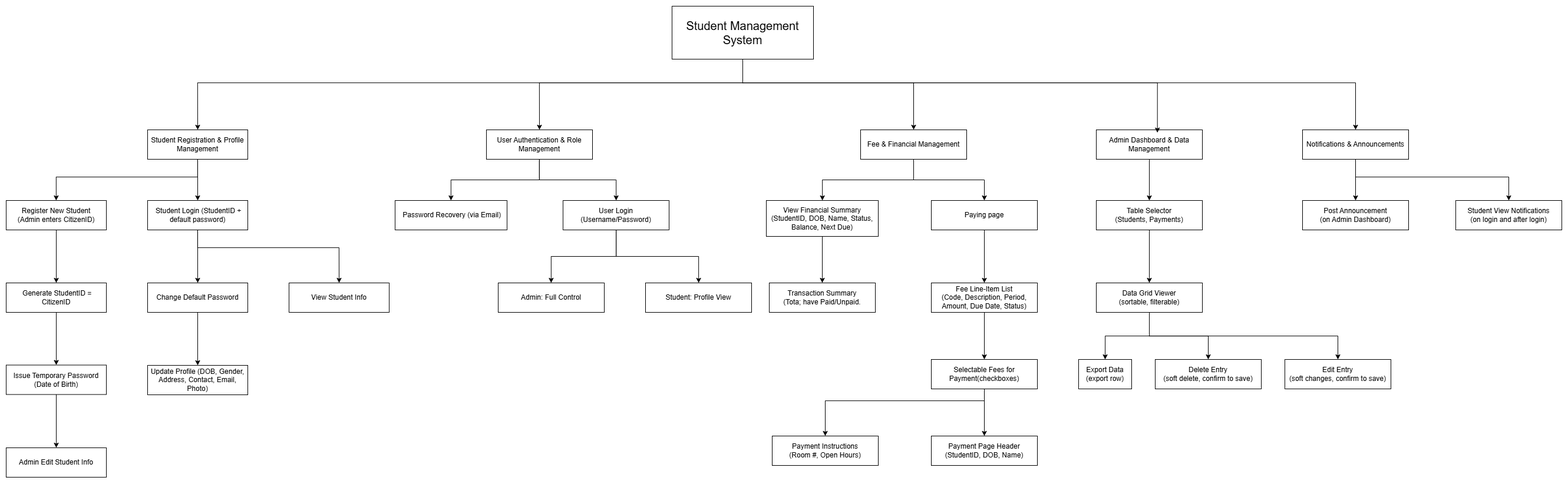
zombieTDV/Student-Management-System keeps this draw.io diagram as documents/FDD.drawio.png. Above is the earlier version. Source tidied: cells renumbered, new cells last; positions are measured from the earlier drawing's top-left corner, leaving out a move shared by most shapes. Source of this version:
```xml
<mxGraphModel>
  <root>
    <mxCell id="0" />
    <mxCell id="1" parent="0" />
    <mxCell id="2" style="edgeStyle=orthogonalEdgeStyle;rounded=0;jettySize=auto;html=1;entryX=0.5;entryY=0;entryDx=0;entryDy=0;" parent="1" edge="1" source="6" target="9">
      <mxGeometry relative="1" as="geometry">
        <Array as="points">
          <mxPoint x="1250" y="130" />
          <mxPoint x="325" y="130" />
        </Array>
      </mxGeometry>
    </mxCell>
    <mxCell id="3" style="edgeStyle=orthogonalEdgeStyle;rounded=0;jettySize=auto;html=1;entryX=0.5;entryY=0;entryDx=0;entryDy=0;" parent="1" edge="1" source="6" target="15">
      <mxGeometry relative="1" as="geometry">
        <Array as="points">
          <mxPoint x="1250" y="130" />
          <mxPoint x="905" y="130" />
        </Array>
      </mxGeometry>
    </mxCell>
    <mxCell id="4" style="edgeStyle=orthogonalEdgeStyle;rounded=0;jettySize=auto;html=1;entryX=0.5;entryY=0;entryDx=0;entryDy=0;" parent="1" edge="1" source="6" target="12">
      <mxGeometry relative="1" as="geometry">
        <Array as="points">
          <mxPoint x="1250" y="130" />
          <mxPoint x="1540" y="130" />
        </Array>
      </mxGeometry>
    </mxCell>
    <mxCell id="5" style="edgeStyle=orthogonalEdgeStyle;rounded=0;jettySize=auto;html=1;" parent="1" edge="1" source="6" target="20">
      <mxGeometry relative="1" as="geometry">
        <Array as="points">
          <mxPoint x="1250" y="130" />
          <mxPoint x="2290" y="130" />
        </Array>
      </mxGeometry>
    </mxCell>
    <mxCell id="6" value="Student Management System" style="rounded=0;whiteSpace=wrap;html=1;fontSize=20;" parent="1" vertex="1">
      <mxGeometry x="1130" width="240" height="90" as="geometry" />
    </mxCell>
    <mxCell id="7" style="edgeStyle=orthogonalEdgeStyle;rounded=0;jettySize=auto;html=1;" parent="1" edge="1" source="9" target="29">
      <mxGeometry relative="1" as="geometry" />
    </mxCell>
    <mxCell id="8" style="edgeStyle=orthogonalEdgeStyle;rounded=0;jettySize=auto;html=1;" parent="1" edge="1" source="9" target="22">
      <mxGeometry relative="1" as="geometry">
        <Array as="points">
          <mxPoint x="325" y="290" />
          <mxPoint x="85" y="290" />
        </Array>
      </mxGeometry>
    </mxCell>
    <mxCell id="9" value="Student Registration &amp;amp; Profile Management" style="rounded=0;whiteSpace=wrap;html=1;" parent="1" vertex="1">
      <mxGeometry x="240" y="210" width="170" height="50" as="geometry" />
    </mxCell>
    <mxCell id="10" style="edgeStyle=orthogonalEdgeStyle;rounded=0;jettySize=auto;html=1;" parent="1" edge="1" source="12" target="36">
      <mxGeometry relative="1" as="geometry" />
    </mxCell>
    <mxCell id="11" style="edgeStyle=orthogonalEdgeStyle;rounded=0;jettySize=auto;html=1;" parent="1" edge="1" source="12" target="50">
      <mxGeometry relative="1" as="geometry" />
    </mxCell>
    <mxCell id="12" value="Fee &amp;amp; Financial Management" style="rounded=0;whiteSpace=wrap;html=1;" parent="1" vertex="1">
      <mxGeometry x="1450" y="210" width="180" height="50" as="geometry" />
    </mxCell>
    <mxCell id="13" style="edgeStyle=orthogonalEdgeStyle;rounded=0;jettySize=auto;html=1;" parent="1" edge="1" source="15" target="42">
      <mxGeometry relative="1" as="geometry" />
    </mxCell>
    <mxCell id="14" style="edgeStyle=orthogonalEdgeStyle;rounded=0;jettySize=auto;html=1;" parent="1" edge="1" source="15" target="41">
      <mxGeometry relative="1" as="geometry" />
    </mxCell>
    <mxCell id="15" value=" User Authentication &amp;amp; Role Management" style="rounded=0;whiteSpace=wrap;html=1;" parent="1" vertex="1">
      <mxGeometry x="815" y="210" width="180" height="50" as="geometry" />
    </mxCell>
    <mxCell id="16" style="edgeStyle=orthogonalEdgeStyle;rounded=0;jettySize=auto;html=1;" parent="1" edge="1" source="17" target="60">
      <mxGeometry relative="1" as="geometry" />
    </mxCell>
    <mxCell id="17" value=" Admin Dashboard &amp;amp; Data Management" style="rounded=0;whiteSpace=wrap;html=1;" parent="1" vertex="1">
      <mxGeometry x="1850" y="210" width="180" height="50" as="geometry" />
    </mxCell>
    <mxCell id="18" style="edgeStyle=orthogonalEdgeStyle;rounded=0;jettySize=auto;html=1;" parent="1" edge="1" source="20" target="63">
      <mxGeometry relative="1" as="geometry" />
    </mxCell>
    <mxCell id="19" style="edgeStyle=orthogonalEdgeStyle;rounded=0;jettySize=auto;html=1;" parent="1" edge="1" source="20" target="53">
      <mxGeometry relative="1" as="geometry">
        <Array as="points">
          <mxPoint x="2290" y="290" />
          <mxPoint x="2550" y="290" />
        </Array>
      </mxGeometry>
    </mxCell>
    <mxCell id="20" value="  Notifications &amp;amp; Announcements" style="rounded=0;whiteSpace=wrap;html=1;" parent="1" vertex="1">
      <mxGeometry x="2200" y="210" width="180" height="50" as="geometry" />
    </mxCell>
    <mxCell id="21" style="edgeStyle=orthogonalEdgeStyle;rounded=0;jettySize=auto;html=1;" parent="1" edge="1" source="22" target="24">
      <mxGeometry relative="1" as="geometry" />
    </mxCell>
    <mxCell id="22" value=" Register New Student&lt;br&gt; (Admin enters CitizenID)" style="rounded=0;whiteSpace=wrap;html=1;" parent="1" vertex="1">
      <mxGeometry y="330" width="170" height="50" as="geometry" />
    </mxCell>
    <mxCell id="23" style="edgeStyle=orthogonalEdgeStyle;rounded=0;jettySize=auto;html=1;entryX=0.5;entryY=0;entryDx=0;entryDy=0;" parent="1" edge="1" source="24" target="26">
      <mxGeometry relative="1" as="geometry" />
    </mxCell>
    <mxCell id="24" value="&amp;nbsp;Generate StudentID = CitizenID" style="rounded=0;whiteSpace=wrap;html=1;" parent="1" vertex="1">
      <mxGeometry y="470" width="170" height="50" as="geometry" />
    </mxCell>
    <mxCell id="25" style="edgeStyle=orthogonalEdgeStyle;rounded=0;jettySize=auto;html=1;" parent="1" edge="1" source="26" target="34">
      <mxGeometry relative="1" as="geometry" />
    </mxCell>
    <mxCell id="26" value=" Issue Temporary Password (Date of Birth)" style="rounded=0;whiteSpace=wrap;html=1;" parent="1" vertex="1">
      <mxGeometry y="609.5" width="170" height="50" as="geometry" />
    </mxCell>
    <mxCell id="27" style="edgeStyle=orthogonalEdgeStyle;rounded=0;jettySize=auto;html=1;" parent="1" edge="1" source="29" target="31">
      <mxGeometry relative="1" as="geometry" />
    </mxCell>
    <mxCell id="28" style="edgeStyle=orthogonalEdgeStyle;rounded=0;jettySize=auto;html=1;entryX=0.5;entryY=0;entryDx=0;entryDy=0;" parent="1" edge="1" source="29" target="33">
      <mxGeometry relative="1" as="geometry">
        <Array as="points">
          <mxPoint x="325" y="410" />
          <mxPoint x="565" y="410" />
        </Array>
      </mxGeometry>
    </mxCell>
    <mxCell id="29" value="&amp;nbsp;Student Login (StudentID + default password)" style="rounded=0;whiteSpace=wrap;html=1;" parent="1" vertex="1">
      <mxGeometry x="240" y="330" width="170" height="50" as="geometry" />
    </mxCell>
    <mxCell id="30" style="edgeStyle=orthogonalEdgeStyle;rounded=0;jettySize=auto;html=1;entryX=0.5;entryY=0;entryDx=0;entryDy=0;" parent="1" edge="1" source="31" target="32">
      <mxGeometry relative="1" as="geometry" />
    </mxCell>
    <mxCell id="31" value="Change Default Password" style="rounded=0;whiteSpace=wrap;html=1;" parent="1" vertex="1">
      <mxGeometry x="240" y="470" width="170" height="50" as="geometry" />
    </mxCell>
    <mxCell id="32" value=" Update Profile (DOB, Gender, Address, Contact, Email, Photo)" style="rounded=0;whiteSpace=wrap;html=1;" parent="1" vertex="1">
      <mxGeometry x="240" y="610" width="170" height="50" as="geometry" />
    </mxCell>
    <mxCell id="33" value=" View Student Info" style="rounded=0;whiteSpace=wrap;html=1;" parent="1" vertex="1">
      <mxGeometry x="480" y="470" width="170" height="50" as="geometry" />
    </mxCell>
    <mxCell id="34" value=" Admin Edit Student Info" style="rounded=0;whiteSpace=wrap;html=1;" parent="1" vertex="1">
      <mxGeometry y="750" width="170" height="50" as="geometry" />
    </mxCell>
    <mxCell id="35" style="edgeStyle=orthogonalEdgeStyle;rounded=0;jettySize=auto;html=1;" parent="1" edge="1" source="36" target="48">
      <mxGeometry relative="1" as="geometry" />
    </mxCell>
    <mxCell id="36" value=" View Financial Summary&lt;br&gt; (StudentID, DOB, Name, Status, Balance, Next Due)" style="rounded=0;whiteSpace=wrap;html=1;" parent="1" vertex="1">
      <mxGeometry x="1290" y="330" width="190" height="61" as="geometry" />
    </mxCell>
    <mxCell id="37" value=" Student: Profile View" style="rounded=0;whiteSpace=wrap;html=1;" parent="1" vertex="1">
      <mxGeometry x="1085" y="470" width="180" height="50" as="geometry" />
    </mxCell>
    <mxCell id="38" value="Admin: Full Control" style="rounded=0;whiteSpace=wrap;html=1;" parent="1" vertex="1">
      <mxGeometry x="835" y="470" width="180" height="50" as="geometry" />
    </mxCell>
    <mxCell id="39" style="edgeStyle=orthogonalEdgeStyle;rounded=0;jettySize=auto;html=1;" parent="1" edge="1" source="41" target="38">
      <mxGeometry relative="1" as="geometry" />
    </mxCell>
    <mxCell id="40" style="edgeStyle=orthogonalEdgeStyle;rounded=0;jettySize=auto;html=1;" parent="1" edge="1" source="41" target="37">
      <mxGeometry relative="1" as="geometry" />
    </mxCell>
    <mxCell id="41" value=" User Login (Username/Password)" style="rounded=0;whiteSpace=wrap;html=1;" parent="1" vertex="1">
      <mxGeometry x="945" y="330" width="180" height="50" as="geometry" />
    </mxCell>
    <mxCell id="42" value="&amp;nbsp;Password Recovery (via Email)" style="rounded=0;whiteSpace=wrap;html=1;" parent="1" vertex="1">
      <mxGeometry x="660" y="330" width="190" height="50" as="geometry" />
    </mxCell>
    <mxCell id="43" style="edgeStyle=orthogonalEdgeStyle;rounded=0;jettySize=auto;html=1;" parent="1" edge="1" source="45" target="52">
      <mxGeometry relative="1" as="geometry" />
    </mxCell>
    <mxCell id="44" style="edgeStyle=orthogonalEdgeStyle;rounded=0;jettySize=auto;html=1;" parent="1" edge="1" source="45" target="51">
      <mxGeometry relative="1" as="geometry">
        <Array as="points">
          <mxPoint x="1660" y="670" />
          <mxPoint x="1390" y="670" />
        </Array>
      </mxGeometry>
    </mxCell>
    <mxCell id="45" value="Selectable Fees for Payment(checkboxes)" style="rounded=0;whiteSpace=wrap;html=1;" parent="1" vertex="1">
      <mxGeometry x="1570" y="600" width="180" height="50" as="geometry" />
    </mxCell>
    <mxCell id="46" style="edgeStyle=orthogonalEdgeStyle;rounded=0;jettySize=auto;html=1;" parent="1" edge="1" source="47" target="45">
      <mxGeometry relative="1" as="geometry" />
    </mxCell>
    <mxCell id="47" value="Fee Line-Item List&lt;br/&gt; (Code, Description, Period, Amount, Due Date, Status)" style="rounded=0;whiteSpace=wrap;html=1;" parent="1" vertex="1">
      <mxGeometry x="1570" y="470" width="180" height="50" as="geometry" />
    </mxCell>
    <mxCell id="48" value=" Transaction Summary&lt;br/&gt; (Tota; have Paid/Unpaid." style="rounded=0;whiteSpace=wrap;html=1;" parent="1" vertex="1">
      <mxGeometry x="1295" y="470" width="180" height="50" as="geometry" />
    </mxCell>
    <mxCell id="49" style="edgeStyle=orthogonalEdgeStyle;rounded=0;jettySize=auto;html=1;" parent="1" edge="1" source="50" target="47">
      <mxGeometry relative="1" as="geometry" />
    </mxCell>
    <mxCell id="50" value="Paying page" style="rounded=0;whiteSpace=wrap;html=1;" parent="1" vertex="1">
      <mxGeometry x="1570" y="330" width="180" height="50" as="geometry" />
    </mxCell>
    <mxCell id="51" value=" Payment Instructions&lt;br/&gt; (Room #, Open Hours)" style="rounded=0;whiteSpace=wrap;html=1;" parent="1" vertex="1">
      <mxGeometry x="1300" y="730" width="180" height="50" as="geometry" />
    </mxCell>
    <mxCell id="52" value=" Payment Page Header&lt;br/&gt; (StudentID, DOB, Name)" style="rounded=0;whiteSpace=wrap;html=1;" parent="1" vertex="1">
      <mxGeometry x="1570" y="730" width="180" height="50" as="geometry" />
    </mxCell>
    <mxCell id="53" value="Student View Notifications&lt;br/&gt; (on login and after login)" style="rounded=0;whiteSpace=wrap;html=1;" parent="1" vertex="1">
      <mxGeometry x="2460" y="330" width="180" height="50" as="geometry" />
    </mxCell>
    <mxCell id="54" value="Edit Entry&lt;br/&gt; (soft changes, confirm to save)" style="rounded=0;whiteSpace=wrap;html=1;" parent="1" vertex="1">
      <mxGeometry x="2170" y="600" width="180" height="50" as="geometry" />
    </mxCell>
    <mxCell id="55" style="edgeStyle=orthogonalEdgeStyle;rounded=0;jettySize=auto;html=1;entryX=0.5;entryY=0;entryDx=0;entryDy=0;" parent="1" edge="1" source="58" target="62">
      <mxGeometry relative="1" as="geometry" />
    </mxCell>
    <mxCell id="56" style="edgeStyle=orthogonalEdgeStyle;rounded=0;jettySize=auto;html=1;" parent="1" edge="1" source="58" target="61">
      <mxGeometry relative="1" as="geometry" />
    </mxCell>
    <mxCell id="57" style="edgeStyle=orthogonalEdgeStyle;rounded=0;jettySize=auto;html=1;" parent="1" edge="1" source="58" target="54">
      <mxGeometry relative="1" as="geometry">
        <Array as="points">
          <mxPoint x="1940" y="560" />
          <mxPoint x="2260" y="560" />
        </Array>
      </mxGeometry>
    </mxCell>
    <mxCell id="58" value="Data Grid Viewer&lt;br/&gt; (sortable, filterable)" style="rounded=0;whiteSpace=wrap;html=1;" parent="1" vertex="1">
      <mxGeometry x="1850" y="470" width="180" height="50" as="geometry" />
    </mxCell>
    <mxCell id="59" style="edgeStyle=orthogonalEdgeStyle;rounded=0;jettySize=auto;html=1;" parent="1" edge="1" source="60" target="58">
      <mxGeometry relative="1" as="geometry" />
    </mxCell>
    <mxCell id="60" value=" Table Selector&lt;br&gt; (Students, Payments)" style="rounded=0;whiteSpace=wrap;html=1;" parent="1" vertex="1">
      <mxGeometry x="1850" y="330" width="180" height="50" as="geometry" />
    </mxCell>
    <mxCell id="61" value="Delete Entry&lt;br&gt; (soft delete, confirm to save)" style="rounded=0;whiteSpace=wrap;html=1;" parent="1" vertex="1">
      <mxGeometry x="1950" y="600" width="180" height="50" as="geometry" />
    </mxCell>
    <mxCell id="62" value="Export Data&lt;br/&gt; (export row)" style="rounded=0;whiteSpace=wrap;html=1;" parent="1" vertex="1">
      <mxGeometry x="1820" y="600" width="90" height="50" as="geometry" />
    </mxCell>
    <mxCell id="63" value=" Post Announcement&lt;br/&gt; (on Admin Dashboard)" style="rounded=0;whiteSpace=wrap;html=1;" parent="1" vertex="1">
      <mxGeometry x="2200" y="330" width="180" height="50" as="geometry" />
    </mxCell>
    <mxCell id="64" style="edgeStyle=orthogonalEdgeStyle;rounded=0;jettySize=auto;html=1;entryX=0.576;entryY=0.097;entryDx=0;entryDy=0;entryPerimeter=0;" parent="1" edge="1" source="6" target="17">
      <mxGeometry relative="1" as="geometry">
        <Array as="points">
          <mxPoint x="1250" y="130" />
          <mxPoint x="1954" y="130" />
        </Array>
      </mxGeometry>
    </mxCell>
  </root>
</mxGraphModel>
```
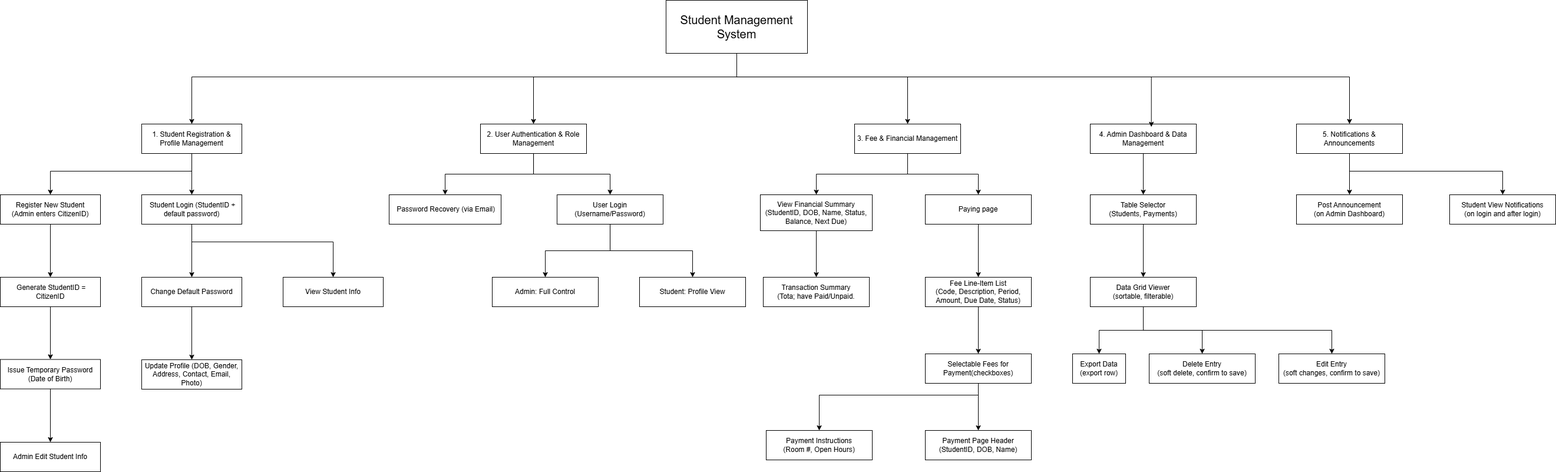
Later version of the same file.

Commit message:
-Added group index to FDD

Diff of the diagram source:
```diff
@@ -48,7 +48,7 @@
         </Array>
       </mxGeometry>
     </mxCell>
-    <mxCell id="9" value="Student Registration &amp;amp; Profile Management" style="rounded=0;whiteSpace=wrap;html=1;" parent="1" vertex="1">
+    <mxCell id="9" value="1. Student Registration &amp;amp; Profile Management" style="rounded=0;whiteSpace=wrap;html=1;" parent="1" vertex="1">
       <mxGeometry x="240" y="210" width="170" height="50" as="geometry" />
     </mxCell>
     <mxCell id="10" style="edgeStyle=orthogonalEdgeStyle;rounded=0;jettySize=auto;html=1;" parent="1" edge="1" source="12" target="36">
@@ -57,7 +57,7 @@
     <mxCell id="11" style="edgeStyle=orthogonalEdgeStyle;rounded=0;jettySize=auto;html=1;" parent="1" edge="1" source="12" target="50">
       <mxGeometry relative="1" as="geometry" />
     </mxCell>
-    <mxCell id="12" value="Fee &amp;amp; Financial Management" style="rounded=0;whiteSpace=wrap;html=1;" parent="1" vertex="1">
+    <mxCell id="12" value="3. Fee &amp;amp; Financial Management" style="rounded=0;whiteSpace=wrap;html=1;" parent="1" vertex="1">
       <mxGeometry x="1450" y="210" width="180" height="50" as="geometry" />
     </mxCell>
     <mxCell id="13" style="edgeStyle=orthogonalEdgeStyle;rounded=0;jettySize=auto;html=1;" parent="1" edge="1" source="15" target="42">
@@ -66,13 +66,13 @@
     <mxCell id="14" style="edgeStyle=orthogonalEdgeStyle;rounded=0;jettySize=auto;html=1;" parent="1" edge="1" source="15" target="41">
       <mxGeometry relative="1" as="geometry" />
     </mxCell>
-    <mxCell id="15" value=" User Authentication &amp;amp; Role Management" style="rounded=0;whiteSpace=wrap;html=1;" parent="1" vertex="1">
+    <mxCell id="15" value="2. User Authentication &amp;amp; Role Management" style="rounded=0;whiteSpace=wrap;html=1;" parent="1" vertex="1">
       <mxGeometry x="815" y="210" width="180" height="50" as="geometry" />
     </mxCell>
     <mxCell id="16" style="edgeStyle=orthogonalEdgeStyle;rounded=0;jettySize=auto;html=1;" parent="1" edge="1" source="17" target="60">
       <mxGeometry relative="1" as="geometry" />
     </mxCell>
-    <mxCell id="17" value=" Admin Dashboard &amp;amp; Data Management" style="rounded=0;whiteSpace=wrap;html=1;" parent="1" vertex="1">
+    <mxCell id="17" value="4. Admin Dashboard &amp;amp; Data Management" style="rounded=0;whiteSpace=wrap;html=1;" parent="1" vertex="1">
       <mxGeometry x="1850" y="210" width="180" height="50" as="geometry" />
     </mxCell>
     <mxCell id="18" style="edgeStyle=orthogonalEdgeStyle;rounded=0;jettySize=auto;html=1;" parent="1" edge="1" source="20" target="63">
@@ -86,7 +86,7 @@
         </Array>
       </mxGeometry>
     </mxCell>
-    <mxCell id="20" value="  Notifications &amp;amp; Announcements" style="rounded=0;whiteSpace=wrap;html=1;" parent="1" vertex="1">
+    <mxCell id="20" value="5. Notifications &amp;amp; Announcements" style="rounded=0;whiteSpace=wrap;html=1;" parent="1" vertex="1">
       <mxGeometry x="2200" y="210" width="180" height="50" as="geometry" />
     </mxCell>
     <mxCell id="21" style="edgeStyle=orthogonalEdgeStyle;rounded=0;jettySize=auto;html=1;" parent="1" edge="1" source="22" target="24">
```
